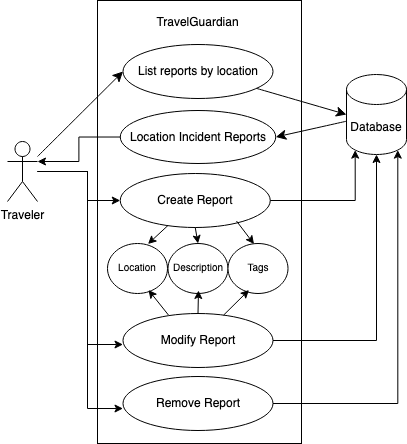
Above: docs/images/ReportingIncidents.png in SedriaRenee/SWEN732-Group6 (draw.io), before the change. Source tidied: cells renumbered, new cells last; positions are measured from the earlier drawing's top-left corner, leaving out a move shared by most shapes.
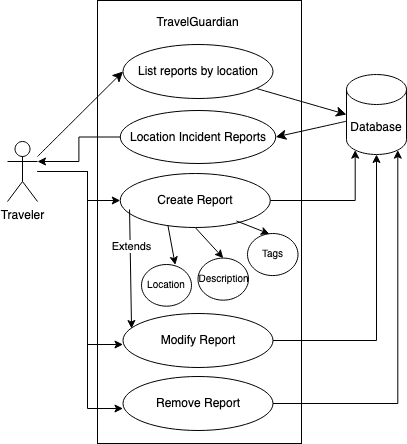
The same file after the commit.

Commit message:
fixed use cases

Diff of the diagram source:
```diff
@@ -55,13 +55,13 @@
       <mxGeometry x="115.5" y="313" width="150" height="54" as="geometry" />
     </mxCell>
     <mxCell id="17" value="Location" style="ellipse;whiteSpace=wrap;html=1;fontSize=10;" parent="1" vertex="1">
-      <mxGeometry x="100" y="243" width="60" height="50" as="geometry" />
+      <mxGeometry x="134" y="264" width="50" height="41.7" as="geometry" />
     </mxCell>
     <mxCell id="18" value="Description" style="ellipse;whiteSpace=wrap;html=1;fontSize=10;" parent="1" vertex="1">
-      <mxGeometry x="160.5" y="243" width="60" height="50" as="geometry" />
+      <mxGeometry x="190.5" y="257.6" width="50.5" height="42.1" as="geometry" />
     </mxCell>
     <mxCell id="19" value="Tags" style="ellipse;whiteSpace=wrap;html=1;fontSize=10;" parent="1" vertex="1">
-      <mxGeometry x="220.5" y="243" width="60" height="50" as="geometry" />
+      <mxGeometry x="240" y="233" width="50.5" height="42.1" as="geometry" />
     </mxCell>
     <mxCell id="20" style="endArrow=classic;html=1;rounded=0;exitX=0.318;exitY=0.963;exitDx=0;exitDy=0;exitPerimeter=0;entryX=0.675;entryY=0.01;entryDx=0;entryDy=0;entryPerimeter=0;" parent="1" edge="1" source="11" target="17">
       <mxGeometry relative="1" as="geometry" />
@@ -72,15 +72,6 @@
     <mxCell id="22" style="endArrow=classic;html=1;rounded=0;exitX=0.775;exitY=0.88;exitDx=0;exitDy=0;entryX=0.433;entryY=0.01;entryDx=0;entryDy=0;exitPerimeter=0;entryPerimeter=0;" parent="1" edge="1" source="11" target="19">
       <mxGeometry relative="1" as="geometry" />
     </mxCell>
-    <mxCell id="23" style="endArrow=classic;html=1;rounded=0;exitX=0.303;exitY=0.028;exitDx=0;exitDy=0;entryX=0.683;entryY=0.93;entryDx=0;entryDy=0;exitPerimeter=0;entryPerimeter=0;" parent="1" edge="1" source="16" target="17">
-      <mxGeometry relative="1" as="geometry" />
-    </mxCell>
-    <mxCell id="24" style="endArrow=classic;html=1;rounded=0;exitX=0.5;exitY=0;exitDx=0;exitDy=0;entryX=0.508;entryY=0.94;entryDx=0;entryDy=0;entryPerimeter=0;" parent="1" edge="1" source="16" target="18">
-      <mxGeometry relative="1" as="geometry" />
-    </mxCell>
-    <mxCell id="25" style="endArrow=classic;html=1;rounded=0;entryX=0.35;entryY=0.93;entryDx=0;entryDy=0;entryPerimeter=0;" parent="1" edge="1" source="16" target="19">
-      <mxGeometry relative="1" as="geometry" />
-    </mxCell>
     <mxCell id="26" style="edgeStyle=orthogonalEdgeStyle;rounded=0;jettySize=auto;html=1;entryX=0;entryY=0.593;entryDx=0;entryDy=0;entryPerimeter=0;" parent="1" edge="1" target="14">
       <mxGeometry relative="1" as="geometry">
         <mxPoint x="30" y="171" as="sourcePoint" />
@@ -104,5 +95,11 @@
     <mxCell id="29" style="edgeStyle=orthogonalEdgeStyle;rounded=0;jettySize=auto;html=1;entryX=0.855;entryY=1;entryDx=0;entryDy=-4.35;entryPerimeter=0;" parent="1" edge="1" source="14" target="7">
       <mxGeometry relative="1" as="geometry" />
     </mxCell>
+    <mxCell id="30" style="endArrow=classic;html=1;rounded=0;entryX=0.057;entryY=0.278;entryDx=0;entryDy=0;entryPerimeter=0;exitX=0.062;exitY=0.667;exitDx=0;exitDy=0;exitPerimeter=0;" parent="1" edge="1" source="11" target="16">
+      <mxGeometry relative="1" as="geometry" />
+    </mxCell>
+    <mxCell id="31" value="Extends" style="edgeLabel;html=1;align=center;verticalAlign=middle;" parent="30" vertex="1">
+      <mxGeometry x="-0.38" y="1" relative="1" as="geometry" />
+    </mxCell>
   </root>
 </mxGraphModel>
```
